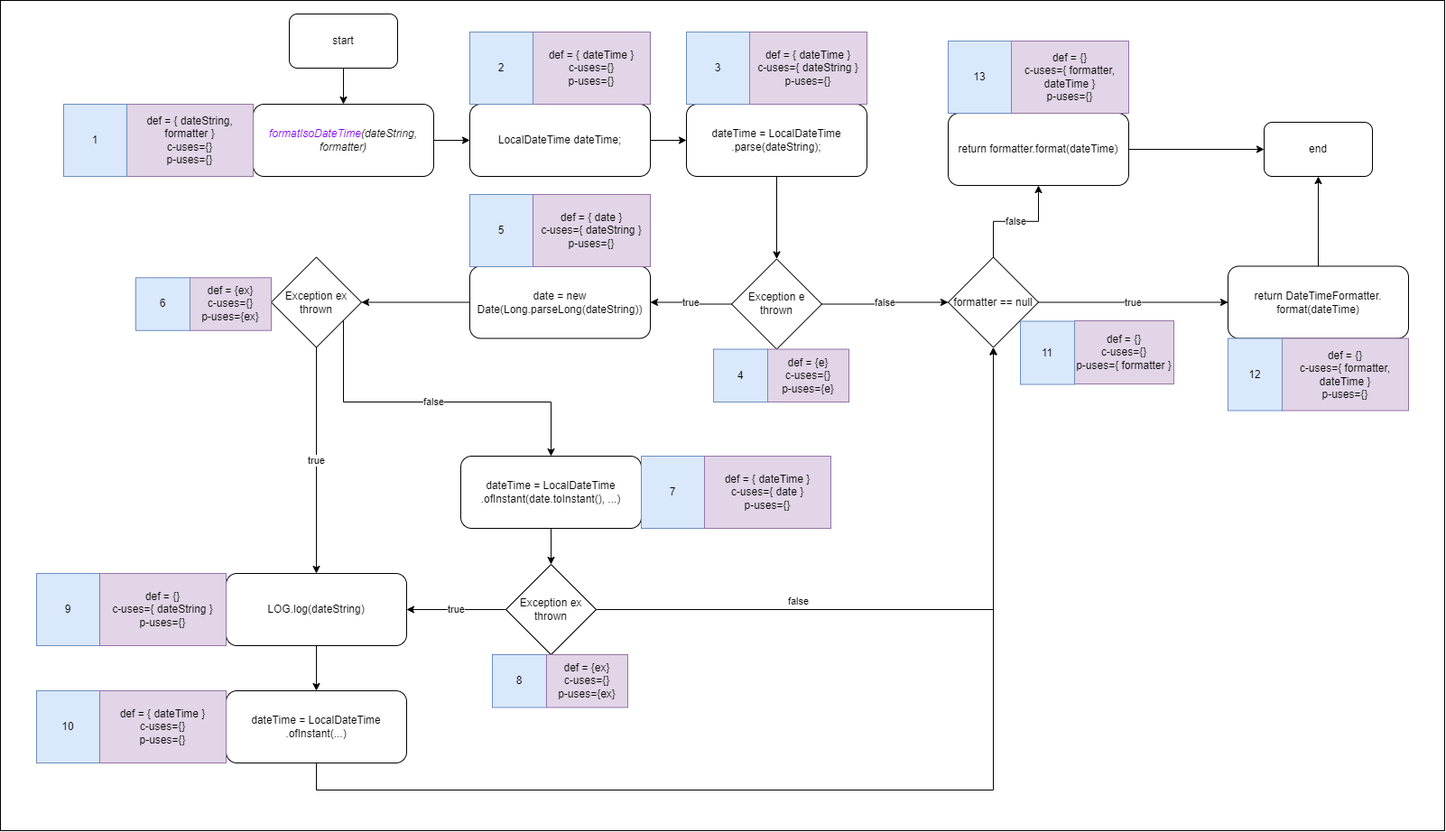
Earlier version of the draw.io export docs/assets/FormatIsoDateTimeDataflow.png (Telmooo/jpass). Source tidied: cells renumbered, new cells last; positions are measured from the earlier drawing's top-left corner, leaving out a move shared by most shapes.
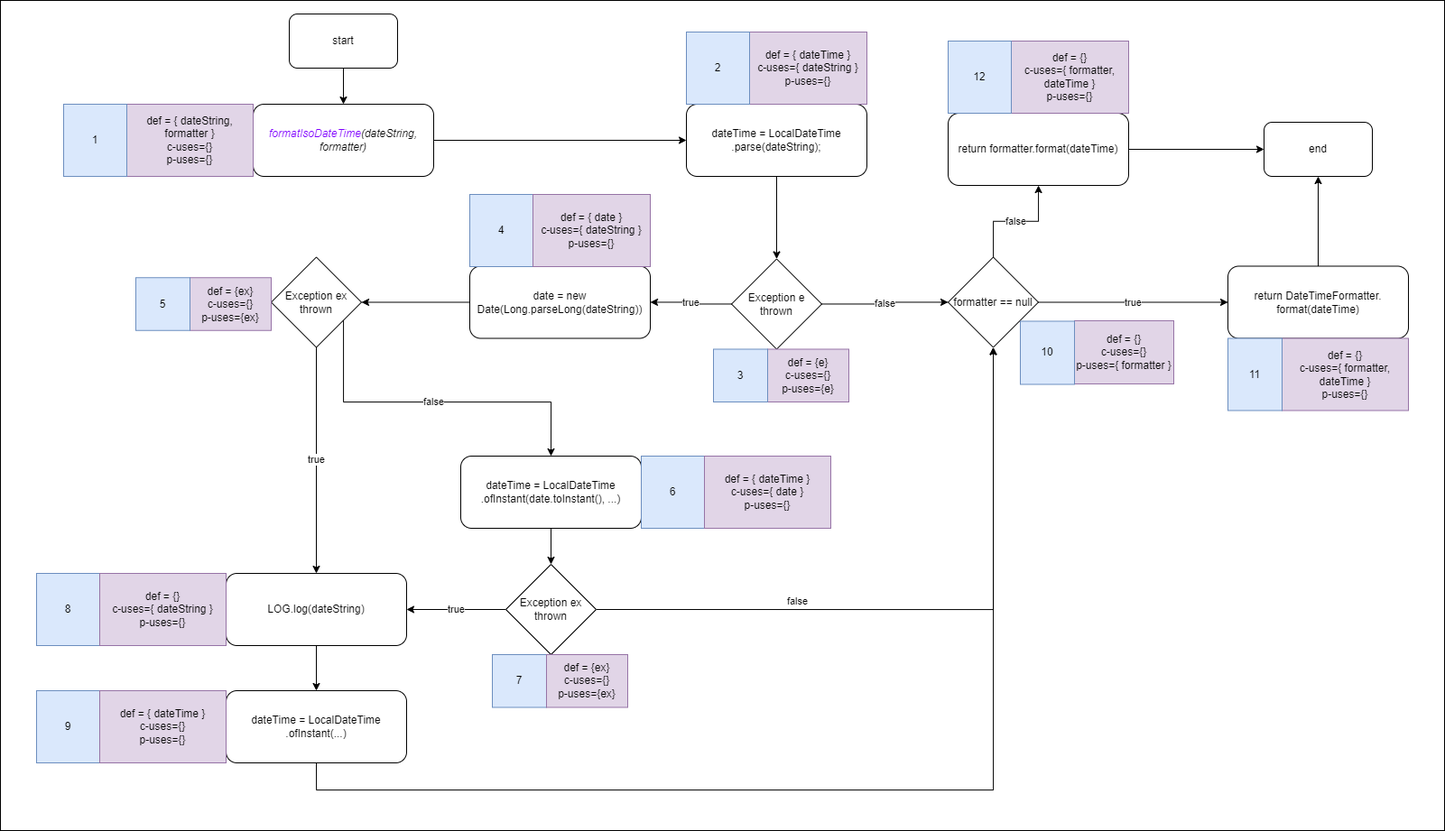
After the commit.

Commit message:
Dataflow report

What changed in the source:
```diff
@@ -5,7 +5,7 @@
     <mxCell id="2" style="rounded=0;whiteSpace=wrap;html=1;" parent="1" vertex="1">
       <mxGeometry width="1600" height="920" as="geometry" />
     </mxCell>
-    <mxCell id="3" style="edgeStyle=orthogonalEdgeStyle;rounded=0;jettySize=auto;html=1;" parent="1" edge="1" source="4" target="39">
+    <mxCell id="3" style="edgeStyle=orthogonalEdgeStyle;rounded=0;jettySize=auto;html=1;entryX=0;entryY=0.5;entryDx=0;entryDy=0;" parent="1" edge="1" source="4" target="10">
       <mxGeometry relative="1" as="geometry" />
     </mxCell>
     <mxCell id="4" value="&lt;i&gt;&lt;font color=&quot;#7f00ff&quot;&gt;formatIsoDateTime&lt;/font&gt;(dateString, formatter)&lt;/i&gt;" style="rounded=1;whiteSpace=wrap;html=1;fontSize=12;" parent="1" vertex="1">
@@ -62,7 +62,7 @@
     <mxCell id="21" value="return DateTimeFormatter.&lt;br&gt;format(dateTime)" style="rounded=1;whiteSpace=wrap;html=1;fontSize=12;" parent="1" vertex="1">
       <mxGeometry x="1360" y="294.5" width="200" height="80" as="geometry" />
     </mxCell>
-    <mxCell id="22" value="3" style="rounded=0;whiteSpace=wrap;html=1;fontSize=12;fillColor=#dae8fc;strokeColor=#6c8ebf;" parent="1" vertex="1">
+    <mxCell id="22" value="2" style="rounded=0;whiteSpace=wrap;html=1;fontSize=12;fillColor=#dae8fc;strokeColor=#6c8ebf;" parent="1" vertex="1">
       <mxGeometry x="760" y="35" width="70" height="80" as="geometry" />
     </mxCell>
     <mxCell id="23" value="end" style="rounded=1;whiteSpace=wrap;html=1;fontSize=12;" parent="1" vertex="1">
@@ -77,10 +77,10 @@
     <mxCell id="26" value="def = {}&lt;br&gt;c-uses={ formatter, dateTime }&lt;br&gt;p-uses={}" style="rounded=0;whiteSpace=wrap;html=1;fontSize=12;fillColor=#e1d5e7;strokeColor=#9673a6;" parent="1" vertex="1">
       <mxGeometry x="1120" y="45" width="130" height="80" as="geometry" />
     </mxCell>
-    <mxCell id="27" value="13" style="rounded=0;whiteSpace=wrap;html=1;fontSize=12;fillColor=#dae8fc;strokeColor=#6c8ebf;" parent="1" vertex="1">
+    <mxCell id="27" value="12" style="rounded=0;whiteSpace=wrap;html=1;fontSize=12;fillColor=#dae8fc;strokeColor=#6c8ebf;" parent="1" vertex="1">
       <mxGeometry x="1050" y="45" width="70" height="80" as="geometry" />
     </mxCell>
-    <mxCell id="28" value="5" style="rounded=0;whiteSpace=wrap;html=1;fontSize=12;fillColor=#dae8fc;strokeColor=#6c8ebf;" parent="1" vertex="1">
+    <mxCell id="28" value="4" style="rounded=0;whiteSpace=wrap;html=1;fontSize=12;fillColor=#dae8fc;strokeColor=#6c8ebf;" parent="1" vertex="1">
       <mxGeometry x="520" y="215" width="70" height="80" as="geometry" />
     </mxCell>
     <mxCell id="29" value="def = { date }&lt;br&gt;c-uses={ dateString }&lt;br&gt;p-uses={}" style="rounded=0;whiteSpace=wrap;html=1;fontSize=12;fillColor=#e1d5e7;strokeColor=#9673a6;" parent="1" vertex="1">
@@ -89,7 +89,7 @@
     <mxCell id="30" value="def = {}&lt;br&gt;c-uses={ formatter, dateTime }&lt;br&gt;p-uses={}" style="rounded=0;whiteSpace=wrap;html=1;fontSize=12;fillColor=#e1d5e7;strokeColor=#9673a6;" parent="1" vertex="1">
       <mxGeometry x="1420" y="374.5" width="140" height="80" as="geometry" />
     </mxCell>
-    <mxCell id="31" value="12" style="rounded=0;whiteSpace=wrap;html=1;fontSize=12;fillColor=#dae8fc;strokeColor=#6c8ebf;" parent="1" vertex="1">
+    <mxCell id="31" value="11" style="rounded=0;whiteSpace=wrap;html=1;fontSize=12;fillColor=#dae8fc;strokeColor=#6c8ebf;" parent="1" vertex="1">
       <mxGeometry x="1360" y="374.5" width="60" height="80" as="geometry" />
     </mxCell>
     <mxCell id="32" style="edgeStyle=orthogonalEdgeStyle;rounded=0;jettySize=auto;html=1;" parent="1" edge="1" source="33" target="56">
@@ -98,7 +98,7 @@
     <mxCell id="33" value="dateTime = LocalDateTime&lt;br&gt;.ofInstant(date.toInstant(), ...)" style="rounded=1;whiteSpace=wrap;html=1;fontSize=12;" parent="1" vertex="1">
       <mxGeometry x="510" y="505" width="200" height="80" as="geometry" />
     </mxCell>
-    <mxCell id="34" value="7" style="rounded=0;whiteSpace=wrap;html=1;fontSize=12;fillColor=#dae8fc;strokeColor=#6c8ebf;" parent="1" vertex="1">
+    <mxCell id="34" value="6" style="rounded=0;whiteSpace=wrap;html=1;fontSize=12;fillColor=#dae8fc;strokeColor=#6c8ebf;" parent="1" vertex="1">
       <mxGeometry x="710" y="505" width="70" height="80" as="geometry" />
     </mxCell>
     <mxCell id="35" value="def = { dateTime }&lt;br&gt;c-uses={ date }&lt;br&gt;p-uses={}" style="rounded=0;whiteSpace=wrap;html=1;fontSize=12;fillColor=#e1d5e7;strokeColor=#9673a6;" parent="1" vertex="1">
@@ -107,28 +107,16 @@
     <mxCell id="36" value="def = {}&lt;br&gt;c-uses={}&lt;br&gt;p-uses={ formatter }" style="rounded=0;whiteSpace=wrap;html=1;fontSize=12;fillColor=#e1d5e7;strokeColor=#9673a6;" parent="1" vertex="1">
       <mxGeometry x="1190" y="355" width="110" height="70" as="geometry" />
     </mxCell>
-    <mxCell id="37" value="11" style="rounded=0;whiteSpace=wrap;html=1;fontSize=12;fillColor=#dae8fc;strokeColor=#6c8ebf;" parent="1" vertex="1">
+    <mxCell id="37" value="10" style="rounded=0;whiteSpace=wrap;html=1;fontSize=12;fillColor=#dae8fc;strokeColor=#6c8ebf;" parent="1" vertex="1">
       <mxGeometry x="1130" y="355.5" width="60" height="70" as="geometry" />
     </mxCell>
-    <mxCell id="38" style="edgeStyle=orthogonalEdgeStyle;rounded=0;jettySize=auto;html=1;" parent="1" edge="1" source="39" target="10">
-      <mxGeometry relative="1" as="geometry" />
-    </mxCell>
-    <mxCell id="39" value="LocalDateTime dateTime;" style="rounded=1;whiteSpace=wrap;html=1;fontSize=12;" parent="1" vertex="1">
-      <mxGeometry x="520" y="115" width="200" height="80" as="geometry" />
-    </mxCell>
-    <mxCell id="40" value="def = { dateTime }&lt;br&gt;c-uses={}&lt;br&gt;p-uses={}" style="rounded=0;whiteSpace=wrap;html=1;fontSize=12;fillColor=#e1d5e7;strokeColor=#9673a6;" parent="1" vertex="1">
-      <mxGeometry x="590" y="35" width="130" height="80" as="geometry" />
-    </mxCell>
-    <mxCell id="41" value="2" style="rounded=0;whiteSpace=wrap;html=1;fontSize=12;fillColor=#dae8fc;strokeColor=#6c8ebf;" parent="1" vertex="1">
-      <mxGeometry x="520" y="35" width="70" height="80" as="geometry" />
-    </mxCell>
     <mxCell id="42" style="edgeStyle=orthogonalEdgeStyle;rounded=0;jettySize=auto;html=1;" parent="1" edge="1" source="43" target="47">
       <mxGeometry relative="1" as="geometry" />
     </mxCell>
     <mxCell id="43" value="LOG.log(dateString)" style="rounded=1;whiteSpace=wrap;html=1;fontSize=12;" parent="1" vertex="1">
       <mxGeometry x="250" y="635" width="200" height="80" as="geometry" />
     </mxCell>
-    <mxCell id="44" value="9" style="rounded=0;whiteSpace=wrap;html=1;fontSize=12;fillColor=#dae8fc;strokeColor=#6c8ebf;" parent="1" vertex="1">
+    <mxCell id="44" value="8" style="rounded=0;whiteSpace=wrap;html=1;fontSize=12;fillColor=#dae8fc;strokeColor=#6c8ebf;" parent="1" vertex="1">
       <mxGeometry x="40" y="635" width="70" height="80" as="geometry" />
     </mxCell>
     <mxCell id="45" value="def = {}&lt;br&gt;c-uses={ dateString }&lt;br&gt;p-uses={}" style="rounded=0;whiteSpace=wrap;html=1;fontSize=12;fillColor=#e1d5e7;strokeColor=#9673a6;" parent="1" vertex="1">
@@ -145,7 +133,7 @@
     <mxCell id="47" value="dateTime =&amp;nbsp;LocalDateTime&lt;br&gt;.ofInstant(...)" style="rounded=1;whiteSpace=wrap;html=1;fontSize=12;" parent="1" vertex="1">
       <mxGeometry x="250" y="765" width="200" height="80" as="geometry" />
     </mxCell>
-    <mxCell id="48" value="10" style="rounded=0;whiteSpace=wrap;html=1;fontSize=12;fillColor=#dae8fc;strokeColor=#6c8ebf;" parent="1" vertex="1">
+    <mxCell id="48" value="9" style="rounded=0;whiteSpace=wrap;html=1;fontSize=12;fillColor=#dae8fc;strokeColor=#6c8ebf;" parent="1" vertex="1">
       <mxGeometry x="40" y="765" width="70" height="80" as="geometry" />
     </mxCell>
     <mxCell id="49" value="def = { dateTime }&lt;br&gt;c-uses={}&lt;br&gt;p-uses={}" style="rounded=0;whiteSpace=wrap;html=1;fontSize=12;fillColor=#e1d5e7;strokeColor=#9673a6;" parent="1" vertex="1">
@@ -190,16 +178,16 @@
     <mxCell id="57" value="def = {e}&lt;br&gt;c-uses={}&lt;br&gt;p-uses={e}" style="rounded=0;whiteSpace=wrap;html=1;fontSize=12;fillColor=#e1d5e7;strokeColor=#9673a6;" parent="1" vertex="1">
       <mxGeometry x="850" y="386.5" width="90" height="58.5" as="geometry" />
     </mxCell>
-    <mxCell id="58" value="4" style="rounded=0;whiteSpace=wrap;html=1;fontSize=12;fillColor=#dae8fc;strokeColor=#6c8ebf;" parent="1" vertex="1">
+    <mxCell id="58" value="3" style="rounded=0;whiteSpace=wrap;html=1;fontSize=12;fillColor=#dae8fc;strokeColor=#6c8ebf;" parent="1" vertex="1">
       <mxGeometry x="790" y="386.5" width="60" height="58.5" as="geometry" />
     </mxCell>
     <mxCell id="59" value="def = {ex}&lt;br&gt;c-uses={}&lt;br&gt;p-uses={ex}" style="rounded=0;whiteSpace=wrap;html=1;fontSize=12;fillColor=#e1d5e7;strokeColor=#9673a6;" parent="1" vertex="1">
       <mxGeometry x="210" y="307.2" width="90" height="58.5" as="geometry" />
     </mxCell>
-    <mxCell id="60" value="6" style="rounded=0;whiteSpace=wrap;html=1;fontSize=12;fillColor=#dae8fc;strokeColor=#6c8ebf;" parent="1" vertex="1">
+    <mxCell id="60" value="5" style="rounded=0;whiteSpace=wrap;html=1;fontSize=12;fillColor=#dae8fc;strokeColor=#6c8ebf;" parent="1" vertex="1">
       <mxGeometry x="150" y="307.2" width="60" height="58.5" as="geometry" />
     </mxCell>
-    <mxCell id="61" value="8" style="rounded=0;whiteSpace=wrap;html=1;fontSize=12;fillColor=#dae8fc;strokeColor=#6c8ebf;" parent="1" vertex="1">
+    <mxCell id="61" value="7" style="rounded=0;whiteSpace=wrap;html=1;fontSize=12;fillColor=#dae8fc;strokeColor=#6c8ebf;" parent="1" vertex="1">
       <mxGeometry x="545" y="725" width="60" height="58.5" as="geometry" />
     </mxCell>
     <mxCell id="62" value="def = {ex}&lt;br&gt;c-uses={}&lt;br&gt;p-uses={ex}" style="rounded=0;whiteSpace=wrap;html=1;fontSize=12;fillColor=#e1d5e7;strokeColor=#9673a6;" parent="1" vertex="1">
```
